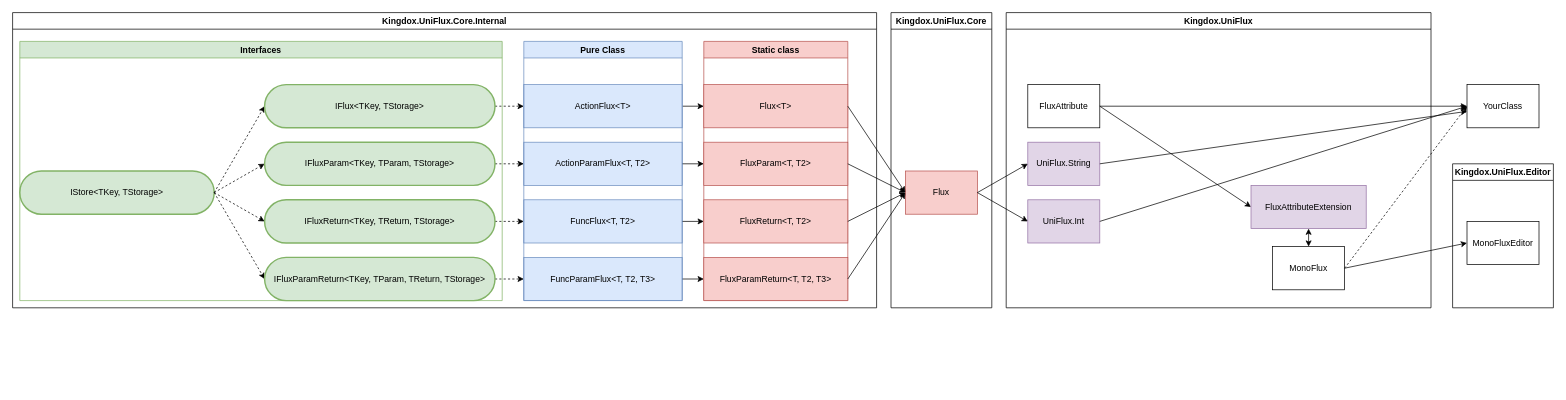
xavierarpa/UniFlux keeps this draw.io diagram as Contents/UniFlux.drawio. Above is the earlier version. Source tidied: cells renumbered, new cells numbered last; positions are measured from the earlier drawing's top-left corner, leaving out a move shared by most shapes. Both pictures are drawn from the tidied source at 72%, with x=0, y=0 at pixel (12, 12).
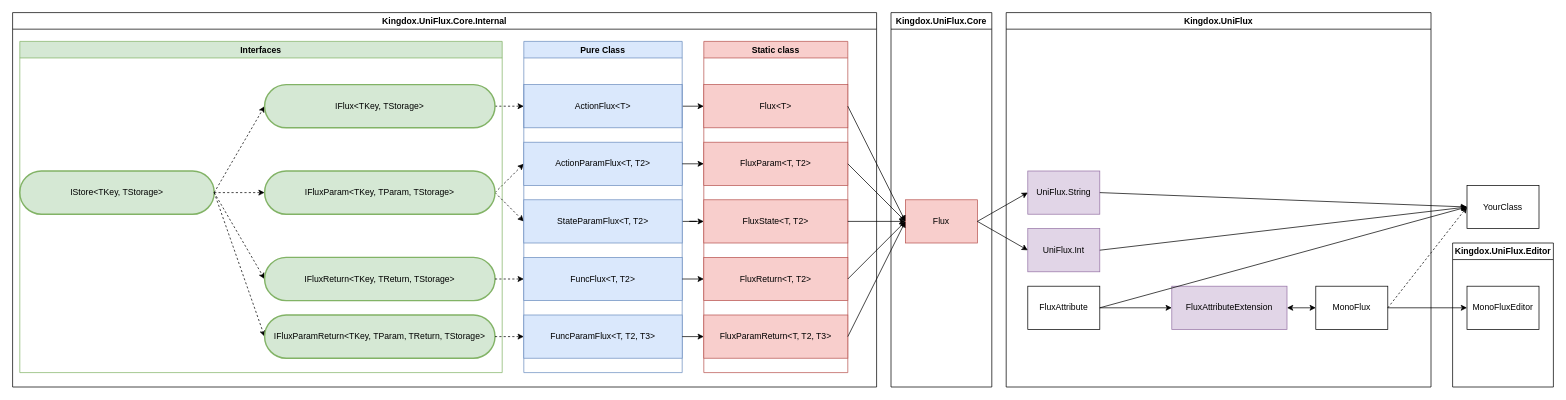
The same diagram, later.

The change refers to these unchanged cells:
```xml
<mxCell id="28" value="FluxParam&amp;lt;T, T2&amp;gt;" style="rounded=0;whiteSpace=wrap;html=1;fillColor=#f8cecc;strokeColor=#b85450;" parent="26" vertex="1">
  <mxGeometry y="140" width="200" height="60" as="geometry" />
</mxCell>
```

Change to the diagram source:
```diff
@@
-    <mxCell id="3" style="edgeStyle=orthogonalEdgeStyle;rounded=0;jettySize=auto;html=1;dashed=1;" parent="1" edge="1" source="23" target="8">
-      <mxGeometry relative="1" as="geometry" />
+    <mxCell id="3" style="rounded=0;jettySize=auto;html=1;dashed=1;exitX=1;exitY=0.5;exitDx=0;exitDy=0;" parent="1" edge="1" source="23">
+      <mxGeometry relative="1" as="geometry">
+        <mxPoint x="710" y="210" as="targetPoint" />
+      </mxGeometry>
     </mxCell>
-    <mxCell id="4" style="edgeStyle=orthogonalEdgeStyle;rounded=0;jettySize=auto;html=1;dashed=1;" parent="1" edge="1" source="24" target="9">
-      <mxGeometry relative="1" as="geometry" />
-    </mxCell>
-    <mxCell id="5" style="edgeStyle=orthogonalEdgeStyle;rounded=0;jettySize=auto;html=1;dashed=1;" parent="1" edge="1" source="25" target="10">
-      <mxGeometry relative="1" as="geometry" />
-    </mxCell>
@@
-    <mxCell id="8" value="ActionParamFlux&amp;lt;T, T2&amp;gt;" style="rounded=0;whiteSpace=wrap;html=1;fillColor=#dae8fc;strokeColor=#6c8ebf;" parent="1" vertex="1">
-      <mxGeometry x="710" y="180" width="220" height="60" as="geometry" />
-    </mxCell>
-    <mxCell id="9" value="FuncFlux&amp;lt;T, T2&amp;gt;" style="rounded=0;whiteSpace=wrap;html=1;fillColor=#dae8fc;strokeColor=#6c8ebf;" parent="1" vertex="1">
-      <mxGeometry x="710" y="260" width="220" height="60" as="geometry" />
-    </mxCell>
-    <mxCell id="10" value="FuncParamFlux&amp;lt;T, T2, T3&amp;gt;" style="rounded=0;whiteSpace=wrap;html=1;fillColor=#dae8fc;strokeColor=#6c8ebf;" parent="1" vertex="1">
-      <mxGeometry x="710" y="340" width="220" height="60" as="geometry" />
-    </mxCell>
-    <mxCell id="11" style="edgeStyle=none;jettySize=auto;html=1;rounded=0;exitX=1;exitY=0.5;exitDx=0;exitDy=0;entryX=0;entryY=0.5;entryDx=0;entryDy=0;" parent="1" edge="1" source="8" target="28">
-      <mxGeometry relative="1" as="geometry" />
-    </mxCell>
-    <mxCell id="12" style="edgeStyle=none;jettySize=auto;html=1;rounded=0;exitX=1;exitY=0.5;exitDx=0;exitDy=0;entryX=0;entryY=0.5;entryDx=0;entryDy=0;" parent="1" edge="1" source="9" target="30">
-      <mxGeometry relative="1" as="geometry" />
-    </mxCell>
-    <mxCell id="13" style="edgeStyle=none;jettySize=auto;html=1;rounded=0;exitX=1;exitY=0.5;exitDx=0;exitDy=0;entryX=0;entryY=0.5;entryDx=0;entryDy=0;" parent="1" edge="1" source="10" target="29">
-      <mxGeometry relative="1" as="geometry" />
-    </mxCell>
     <mxCell id="14" value="Pure Class" style="swimlane;whiteSpace=wrap;html=1;fillColor=#dae8fc;strokeColor=#6c8ebf;" parent="1" vertex="1">
-      <mxGeometry x="710" y="40" width="220" height="360" as="geometry" />
+      <mxGeometry x="710" y="40" width="220" height="460" as="geometry" />
     </mxCell>
     <mxCell id="15" value="Interfaces" style="swimlane;whiteSpace=wrap;html=1;fillColor=#d5e8d4;strokeColor=#82b366;" parent="1" vertex="1">
-      <mxGeometry x="10" y="40" width="670" height="360" as="geometry" />
+      <mxGeometry x="10" y="40" width="670" height="460" as="geometry" />
     </mxCell>
@@
     <mxCell id="21" value="Kingdox.UniFlux.Core.Internal" style="swimlane;whiteSpace=wrap;html=1;" parent="1" vertex="1">
-      <mxGeometry width="1200" height="410" as="geometry" />
+      <mxGeometry width="1200" height="520" as="geometry" />
     </mxCell>
@@
+    <mxCell id="55" style="rounded=0;jettySize=auto;html=1;exitX=1;exitY=0.5;exitDx=0;exitDy=0;entryX=0;entryY=0.5;entryDx=0;entryDy=0;dashed=1;" parent="21" edge="1" source="23" target="58">
+      <mxGeometry relative="1" as="geometry" />
+    </mxCell>
     <mxCell id="23" value="IFluxParam&amp;lt;TKey, TParam, TStorage&amp;gt;" style="rounded=1;whiteSpace=wrap;html=1;glass=0;shadow=0;fillColor=#d5e8d4;strokeColor=#82b366;fillStyle=auto;strokeWidth=2;perimeterSpacing=0;arcSize=50;" parent="21" vertex="1">
-      <mxGeometry x="350" y="180" width="320" height="60" as="geometry" />
+      <mxGeometry x="350" y="220" width="320" height="60" as="geometry" />
     </mxCell>
     <mxCell id="24" value="IFluxReturn&amp;lt;TKey, TReturn, TStorage&amp;gt;" style="rounded=1;whiteSpace=wrap;html=1;glass=0;shadow=0;fillColor=#d5e8d4;strokeColor=#82b366;fillStyle=auto;strokeWidth=2;perimeterSpacing=0;arcSize=50;" parent="21" vertex="1">
-      <mxGeometry x="350" y="260" width="320" height="60" as="geometry" />
+      <mxGeometry x="350" y="340" width="320" height="60" as="geometry" />
     </mxCell>
     <mxCell id="25" value="IFluxParamReturn&amp;lt;TKey, TParam, TReturn, TStorage&amp;gt;" style="rounded=1;whiteSpace=wrap;html=1;glass=0;shadow=0;fillColor=#d5e8d4;strokeColor=#82b366;fillStyle=auto;strokeWidth=2;perimeterSpacing=0;arcSize=50;" parent="21" vertex="1">
-      <mxGeometry x="350" y="340" width="320" height="60" as="geometry" />
+      <mxGeometry x="350" y="420" width="320" height="60" as="geometry" />
     </mxCell>
     <mxCell id="26" value="Static class" style="swimlane;whiteSpace=wrap;html=1;fillColor=#f8cecc;strokeColor=#b85450;" parent="21" vertex="1">
-      <mxGeometry x="960" y="40" width="200" height="360" as="geometry" />
+      <mxGeometry x="960" y="40" width="200" height="460" as="geometry" />
     </mxCell>
@@
     <mxCell id="29" value="FluxParamReturn&amp;lt;T, T2, T3&amp;gt;" style="rounded=0;whiteSpace=wrap;html=1;fillColor=#f8cecc;strokeColor=#b85450;" parent="26" vertex="1">
-      <mxGeometry y="300" width="200" height="60" as="geometry" />
+      <mxGeometry y="380" width="200" height="60" as="geometry" />
     </mxCell>
     <mxCell id="30" value="FluxReturn&amp;lt;T, T2&amp;gt;" style="rounded=0;whiteSpace=wrap;html=1;fillColor=#f8cecc;strokeColor=#b85450;" parent="26" vertex="1">
-      <mxGeometry y="220" width="200" height="60" as="geometry" />
+      <mxGeometry y="300" width="200" height="60" as="geometry" />
     </mxCell>
+    <mxCell id="56" value="FluxState&amp;lt;T, T2&amp;gt;" style="rounded=0;whiteSpace=wrap;html=1;fillColor=#f8cecc;strokeColor=#b85450;" parent="26" vertex="1">
+      <mxGeometry y="220" width="200" height="60" as="geometry" />
+    </mxCell>
+    <mxCell id="10" value="FuncParamFlux&amp;lt;T, T2, T3&amp;gt;" style="rounded=0;whiteSpace=wrap;html=1;fillColor=#dae8fc;strokeColor=#6c8ebf;" parent="21" vertex="1">
+      <mxGeometry x="710" y="420" width="220" height="60" as="geometry" />
+    </mxCell>
+    <mxCell id="5" style="edgeStyle=orthogonalEdgeStyle;rounded=0;jettySize=auto;html=1;dashed=1;entryX=0;entryY=0.5;entryDx=0;entryDy=0;" parent="21" edge="1" source="25" target="10">
+      <mxGeometry relative="1" as="geometry" />
+    </mxCell>
+    <mxCell id="13" style="edgeStyle=none;jettySize=auto;html=1;rounded=0;exitX=1;exitY=0.5;exitDx=0;exitDy=0;entryX=0;entryY=0.5;entryDx=0;entryDy=0;" parent="21" edge="1" source="10" target="29">
+      <mxGeometry relative="1" as="geometry" />
+    </mxCell>
+    <mxCell id="9" value="FuncFlux&amp;lt;T, T2&amp;gt;" style="rounded=0;whiteSpace=wrap;html=1;fillColor=#dae8fc;strokeColor=#6c8ebf;" parent="21" vertex="1">
+      <mxGeometry x="710" y="340" width="220" height="60" as="geometry" />
+    </mxCell>
+    <mxCell id="4" style="edgeStyle=orthogonalEdgeStyle;rounded=0;jettySize=auto;html=1;dashed=1;entryX=0;entryY=0.5;entryDx=0;entryDy=0;" parent="21" edge="1" source="24" target="9">
+      <mxGeometry relative="1" as="geometry" />
+    </mxCell>
+    <mxCell id="12" style="edgeStyle=none;jettySize=auto;html=1;rounded=0;exitX=1;exitY=0.5;exitDx=0;exitDy=0;entryX=0;entryY=0.5;entryDx=0;entryDy=0;" parent="21" edge="1" source="9" target="30">
+      <mxGeometry relative="1" as="geometry" />
+    </mxCell>
+    <mxCell id="57" style="edgeStyle=orthogonalEdgeStyle;rounded=0;jettySize=auto;html=1;" parent="21" edge="1" source="58" target="56">
+      <mxGeometry relative="1" as="geometry" />
+    </mxCell>
+    <mxCell id="58" value="StateParamFlux&amp;lt;T, T2&amp;gt;" style="rounded=0;whiteSpace=wrap;html=1;fillColor=#dae8fc;strokeColor=#6c8ebf;" parent="21" vertex="1">
+      <mxGeometry x="710" y="260" width="220" height="60" as="geometry" />
+    </mxCell>
+    <mxCell id="8" value="ActionParamFlux&amp;lt;T, T2&amp;gt;" style="rounded=0;whiteSpace=wrap;html=1;fillColor=#dae8fc;strokeColor=#6c8ebf;" parent="21" vertex="1">
+      <mxGeometry x="710" y="180" width="220" height="60" as="geometry" />
+    </mxCell>
+    <mxCell id="11" style="edgeStyle=none;jettySize=auto;html=1;rounded=0;exitX=1;exitY=0.5;exitDx=0;exitDy=0;entryX=0;entryY=0.5;entryDx=0;entryDy=0;" parent="21" edge="1" source="8" target="28">
+      <mxGeometry relative="1" as="geometry" />
+    </mxCell>
     <mxCell id="31" value="Kingdox.UniFlux.Core" style="swimlane;whiteSpace=wrap;html=1;" parent="1" vertex="1">
-      <mxGeometry x="1220" width="140" height="410" as="geometry" />
+      <mxGeometry x="1220" width="140" height="520" as="geometry" />
     </mxCell>
     <mxCell id="32" value="Flux" style="rounded=0;whiteSpace=wrap;html=1;fillColor=#f8cecc;strokeColor=#b85450;" parent="31" vertex="1">
-      <mxGeometry x="20" y="220" width="100" height="60" as="geometry" />
+      <mxGeometry x="20" y="260" width="100" height="60" as="geometry" />
     </mxCell>
     <mxCell id="33" value="Kingdox.UniFlux" style="swimlane;whiteSpace=wrap;html=1;" parent="1" vertex="1">
-      <mxGeometry x="1380" width="590" height="410" as="geometry" />
+      <mxGeometry x="1380" width="590" height="520" as="geometry" />
     </mxCell>
     <mxCell id="34" value="MonoFlux" style="rounded=0;whiteSpace=wrap;html=1;" parent="33" vertex="1">
-      <mxGeometry x="370" y="325" width="100" height="60" as="geometry" />
+      <mxGeometry x="430" y="380" width="100" height="60" as="geometry" />
     </mxCell>
     <mxCell id="35" value="FluxAttribute" style="rounded=0;whiteSpace=wrap;html=1;" parent="33" vertex="1">
-      <mxGeometry x="30" y="100" width="100" height="60" as="geometry" />
+      <mxGeometry x="30" y="380" width="100" height="60" as="geometry" />
     </mxCell>
@@
     <mxCell id="38" value="FluxAttributeExtension" style="rounded=0;whiteSpace=wrap;html=1;fillColor=#e1d5e7;strokeColor=#9673a6;" parent="33" vertex="1">
-      <mxGeometry x="340" y="240" width="160" height="60" as="geometry" />
+      <mxGeometry x="230" y="380" width="160" height="60" as="geometry" />
     </mxCell>
     <mxCell id="39" value="UniFlux.String" style="rounded=0;whiteSpace=wrap;html=1;fillColor=#e1d5e7;strokeColor=#9673a6;" parent="33" vertex="1">
-      <mxGeometry x="30" y="180" width="100" height="60" as="geometry" />
+      <mxGeometry x="30" y="220" width="100" height="60" as="geometry" />
     </mxCell>
     <mxCell id="40" value="UniFlux.Int" style="rounded=0;whiteSpace=wrap;html=1;fillColor=#e1d5e7;strokeColor=#9673a6;" parent="33" vertex="1">
-      <mxGeometry x="30" y="260" width="100" height="60" as="geometry" />
+      <mxGeometry x="30" y="300" width="100" height="60" as="geometry" />
     </mxCell>
@@
     <mxCell id="47" value="Kingdox.UniFlux.Editor" style="swimlane;whiteSpace=wrap;html=1;" parent="1" vertex="1">
-      <mxGeometry x="2000" y="210" width="140" height="200" as="geometry" />
+      <mxGeometry x="2000" y="320" width="140" height="200" as="geometry" />
     </mxCell>
     <mxCell id="48" value="MonoFluxEditor" style="rounded=0;whiteSpace=wrap;html=1;" parent="47" vertex="1">
-      <mxGeometry x="20" y="80" width="100" height="60" as="geometry" />
+      <mxGeometry x="20" y="60" width="100" height="60" as="geometry" />
     </mxCell>
@@
     <mxCell id="50" value="YourClass" style="rounded=0;whiteSpace=wrap;html=1;" parent="1" vertex="1">
-      <mxGeometry x="2020" y="100" width="100" height="60" as="geometry" />
+      <mxGeometry x="2020" y="240" width="100" height="60" as="geometry" />
     </mxCell>
@@
-    <mxCell id="52" style="edgeStyle=none;jettySize=auto;html=1;rounded=0;exitX=1;exitY=0.5;exitDx=0;exitDy=0;" parent="1" edge="1" source="35" target="50">
+    <mxCell id="52" style="edgeStyle=none;jettySize=auto;html=1;rounded=0;exitX=1;exitY=0.5;exitDx=0;exitDy=0;entryX=0;entryY=0.5;entryDx=0;entryDy=0;" parent="1" edge="1" source="35" target="50">
       <mxGeometry relative="1" as="geometry" />
     </mxCell>
-    <mxCell id="53" style="edgeStyle=none;jettySize=auto;html=1;rounded=0;exitX=1;exitY=0.5;exitDx=0;exitDy=0;" parent="1" edge="1" source="39" target="50">
+    <mxCell id="53" style="edgeStyle=none;jettySize=auto;html=1;rounded=0;exitX=1;exitY=0.5;exitDx=0;exitDy=0;entryX=0;entryY=0.5;entryDx=0;entryDy=0;" parent="1" edge="1" source="39" target="50">
       <mxGeometry relative="1" as="geometry" />
     </mxCell>
@@
+    <mxCell id="59" style="rounded=0;jettySize=auto;html=1;exitX=1;exitY=0.5;exitDx=0;exitDy=0;entryX=0;entryY=0.5;entryDx=0;entryDy=0;" parent="1" edge="1" source="56" target="32">
+      <mxGeometry relative="1" as="geometry" />
+    </mxCell>
```
